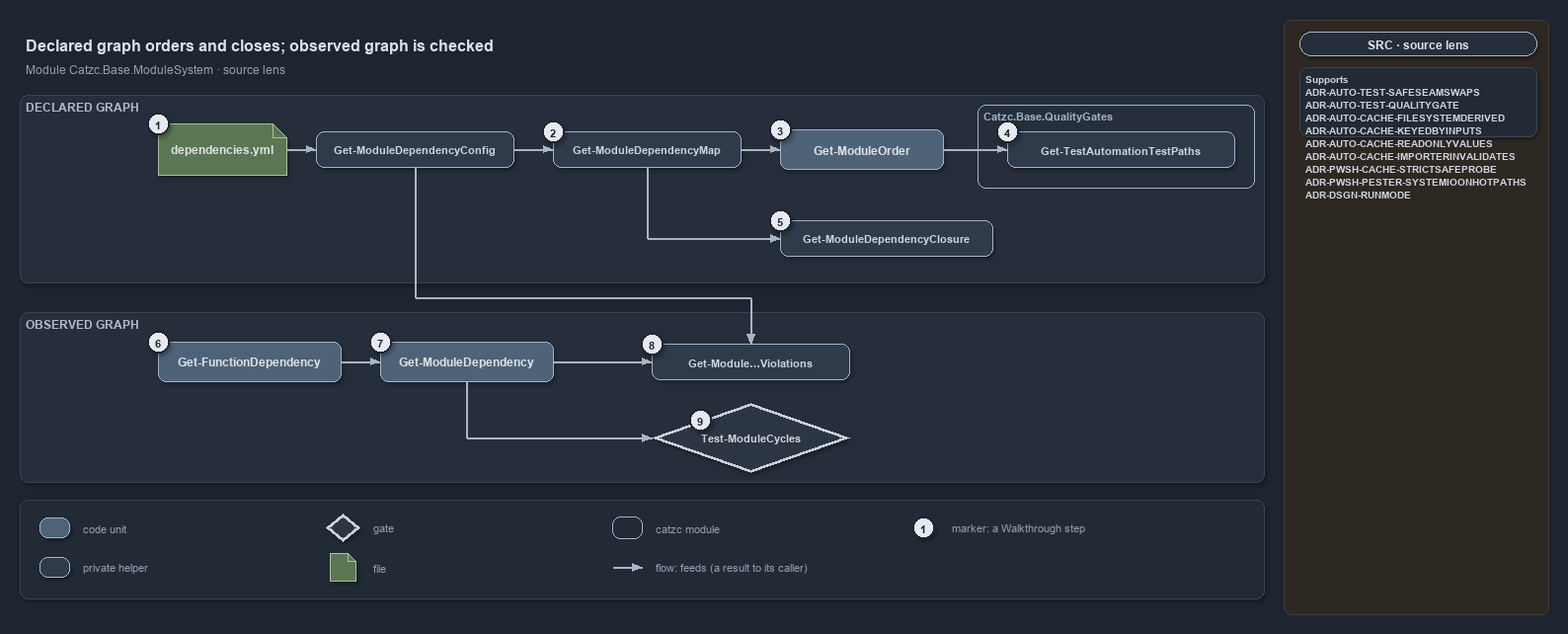
Above: docs/references/pwsh/.assets/module-graph-declared-vs-observed/diagram.drawio.png in casperease/catzc (draw.io), before the change. Source tidied: cells renumbered, new cells last; positions are measured from the earlier drawing's top-left corner, leaving out a move shared by most shapes.
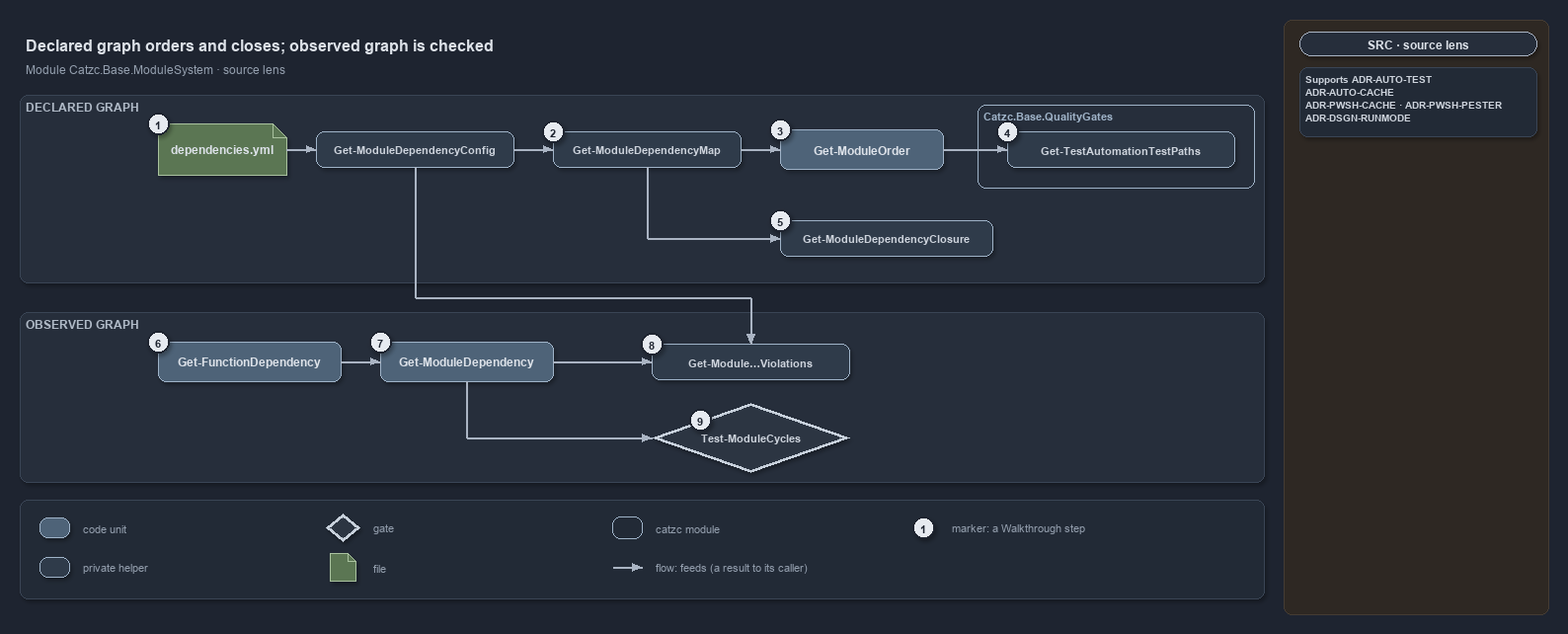
Later version of the same file.

The edit, as a diff of the source:
```diff
@@ -182,7 +182,7 @@
     <mxCell id="61" value="SRC · source lens" style="rounded=1;arcSize=50;whiteSpace=wrap;html=1;fillColor=#262E3B;strokeColor=#AAB4C3;fontColor=#DDE2E9;fontStyle=1;fontSize=12;" parent="1" vertex="1">
       <mxGeometry x="1296" y="12" width="240" height="24" as="geometry" />
     </mxCell>
-    <mxCell id="62" value="&lt;b&gt;Supports&lt;/b&gt;&lt;br&gt;ADR-AUTO-TEST-SAFESEAMSWAPS&lt;br&gt;ADR-AUTO-TEST-QUALITYGATE&lt;br&gt;ADR-AUTO-CACHE-FILESYSTEMDERIVED&lt;br&gt;ADR-AUTO-CACHE-KEYEDBYINPUTS&lt;br&gt;ADR-AUTO-CACHE-READONLYVALUES&lt;br&gt;ADR-AUTO-CACHE-IMPORTERINVALIDATES&lt;br&gt;ADR-PWSH-CACHE-STRICTSAFEPROBE&lt;br&gt;ADR-PWSH-PESTER-SYSTEMIOONHOTPATHS&lt;br&gt;ADR-DSGN-RUNMODE" style="rounded=1;arcSize=6;whiteSpace=wrap;html=1;align=left;verticalAlign=top;spacingLeft=6;fontSize=10.5;fontColor=#CDD3DC;fillColor=#222A36;strokeColor=#3A4555;" parent="1" vertex="1">
+    <mxCell id="62" value="&lt;b&gt;Supports&lt;/b&gt; ADR-AUTO-TEST&lt;br&gt;ADR-AUTO-CACHE&lt;br&gt;ADR-PWSH-CACHE &amp;#183; ADR-PWSH-PESTER&lt;br&gt;ADR-DSGN-RUNMODE" style="rounded=1;arcSize=6;whiteSpace=wrap;html=1;align=left;verticalAlign=top;spacingLeft=6;fontSize=10.5;fontColor=#CDD3DC;fillColor=#222A36;strokeColor=#3A4555;" parent="1" vertex="1">
       <mxGeometry x="1296" y="48" width="240" height="70" as="geometry" />
     </mxCell>
   </root>
```
